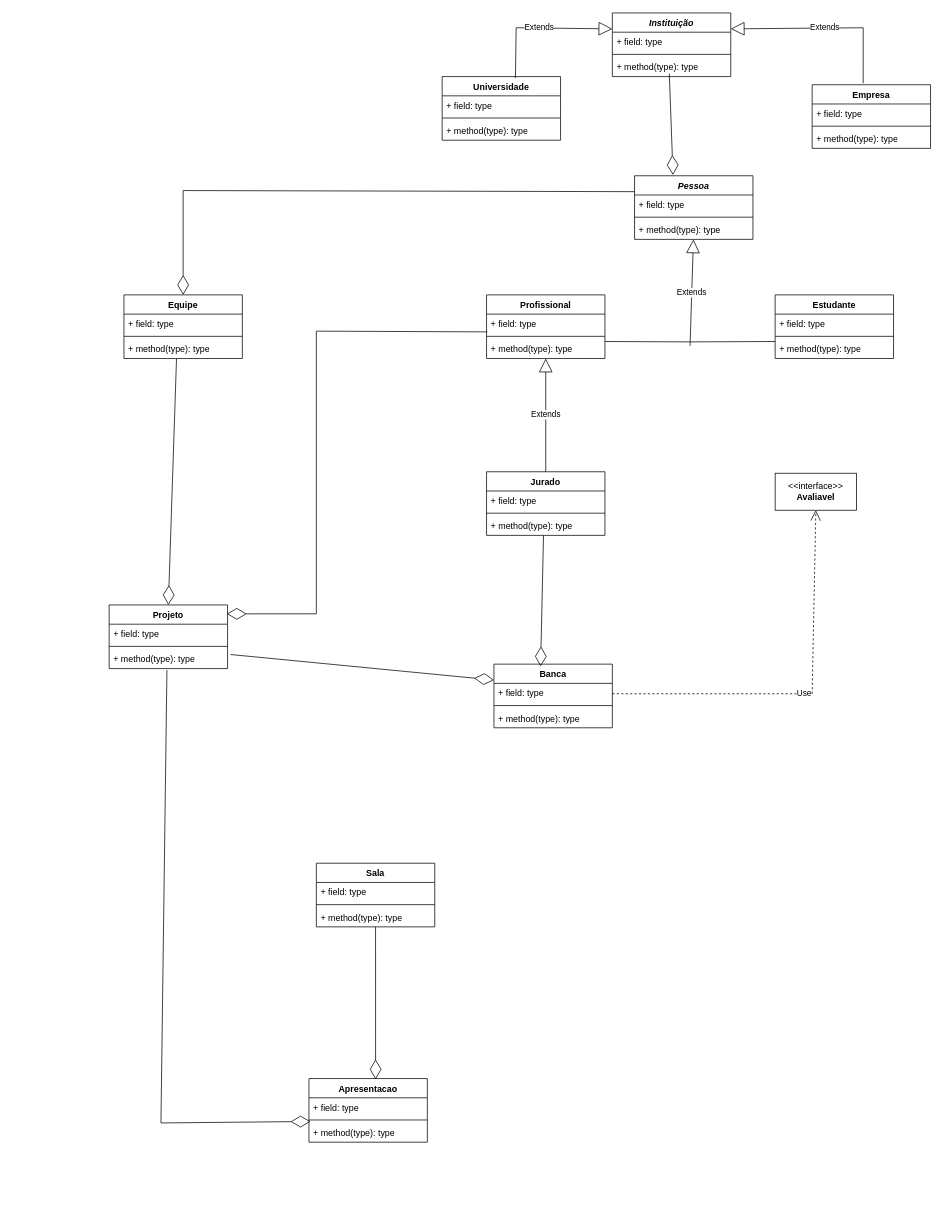
This is Diagrama UML/Hackathons Universitários.drawio from LuizFMoreira/Trabalho-Programa-o-Modular, a draw.io file, before an edit. Source tidied: cells renumbered, new cells numbered last; positions are measured from the earlier drawing's top-left corner, leaving out a move shared by most shapes. Both pictures are drawn from the tidied source at 74%, with x=0, y=0 at pixel (109, 13).
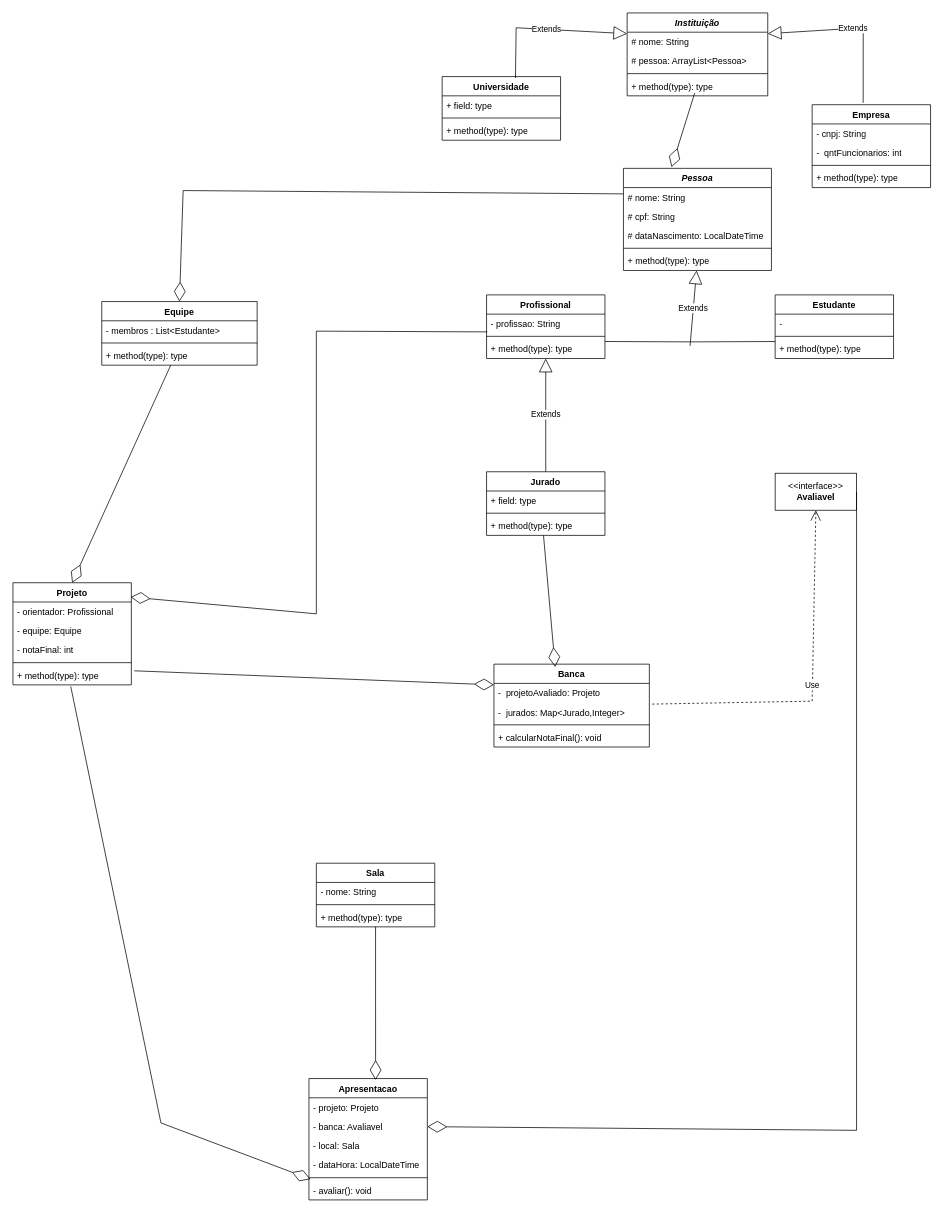
The same diagram, later.

Commit message:
versao 1 do diagrama

Unchanged cells that the change refers to:
```xml
<mxCell id="21" value="Profissional" style="swimlane;fontStyle=1;align=center;verticalAlign=top;horizontal=1;startSize=26;whiteSpace=wrap;html=1;" parent="1" vertex="1">
  <mxGeometry x="510" y="381" width="160" height="86" as="geometry" />
</mxCell>
<mxCell id="25" value="Estudante" style="swimlane;fontStyle=1;align=center;verticalAlign=top;horizontal=1;startSize=26;whiteSpace=wrap;html=1;" parent="1" vertex="1">
  <mxGeometry x="900" y="381" width="160" height="86" as="geometry" />
</mxCell>
<mxCell id="57" value="Sala" style="swimlane;fontStyle=1;align=center;verticalAlign=top;horizontal=1;startSize=26;whiteSpace=wrap;html=1;" parent="1" vertex="1">
  <mxGeometry x="280" y="1149" width="160" height="86" as="geometry" />
</mxCell>
<mxCell id="63" value="&amp;lt;&amp;lt;interface&amp;gt;&amp;gt;&lt;div&gt;&lt;b&gt;Avaliavel&lt;/b&gt;&lt;/div&gt;" style="html=1;whiteSpace=wrap;" parent="1" vertex="1">
  <mxGeometry x="900" y="622" width="110" height="50" as="geometry" />
</mxCell>
```

The edit, as a diff of the source:
```diff
@@
     <mxCell id="2" value="&lt;i&gt;Instituição&lt;/i&gt;" style="swimlane;fontStyle=1;align=center;verticalAlign=top;horizontal=1;startSize=26;whiteSpace=wrap;html=1;" parent="1" vertex="1">
-      <mxGeometry x="680" width="160" height="86" as="geometry" />
+      <mxGeometry x="700" width="190" height="112" as="geometry" />
     </mxCell>
-    <mxCell id="3" value="+ field: type" style="text;strokeColor=none;fillColor=none;align=left;verticalAlign=top;spacingLeft=4;spacingRight=4;overflow=hidden;whiteSpace=wrap;html=1;" parent="2" vertex="1">
-      <mxGeometry y="26" width="160" height="26" as="geometry" />
+    <mxCell id="3" value="# nome: String" style="text;strokeColor=none;fillColor=none;align=left;verticalAlign=top;spacingLeft=4;spacingRight=4;overflow=hidden;whiteSpace=wrap;html=1;" parent="2" vertex="1">
+      <mxGeometry y="26" width="190" height="26" as="geometry" />
     </mxCell>
+    <mxCell id="65" value="# pessoa: ArrayList&amp;lt;Pessoa&amp;gt;" style="text;strokeColor=none;fillColor=none;align=left;verticalAlign=top;spacingLeft=4;spacingRight=4;overflow=hidden;whiteSpace=wrap;html=1;" parent="2" vertex="1">
+      <mxGeometry y="52" width="190" height="26" as="geometry" />
+    </mxCell>
     <mxCell id="4" style="line;strokeWidth=1;fillColor=none;align=left;verticalAlign=middle;spacingTop=-1;spacingLeft=3;spacingRight=3;labelPosition=right;strokeColor=inherit;" parent="2" vertex="1">
-      <mxGeometry y="52" width="160" height="8" as="geometry" />
+      <mxGeometry y="78" width="190" height="8" as="geometry" />
     </mxCell>
     <mxCell id="5" value="+ method(type): type" style="text;strokeColor=none;fillColor=none;align=left;verticalAlign=top;spacingLeft=4;spacingRight=4;overflow=hidden;points=[[0,0.5],[1,0.5]];portConstraint=eastwest;whiteSpace=wrap;html=1;" parent="2" vertex="1">
-      <mxGeometry y="60" width="160" height="26" as="geometry" />
+      <mxGeometry y="86" width="190" height="26" as="geometry" />
     </mxCell>
@@
     <mxCell id="11" value="Empresa" style="swimlane;fontStyle=1;align=center;verticalAlign=top;horizontal=1;startSize=26;whiteSpace=wrap;html=1;" parent="1" vertex="1">
-      <mxGeometry x="950" y="97" width="160" height="86" as="geometry" />
+      <mxGeometry x="950" y="124" width="160" height="112" as="geometry" />
     </mxCell>
-    <mxCell id="12" value="+ field: type" style="text;strokeColor=none;fillColor=none;align=left;verticalAlign=top;spacingLeft=4;spacingRight=4;overflow=hidden;whiteSpace=wrap;html=1;" parent="11" vertex="1">
+    <mxCell id="12" value="- cnpj: String" style="text;strokeColor=none;fillColor=none;align=left;verticalAlign=top;spacingLeft=4;spacingRight=4;overflow=hidden;whiteSpace=wrap;html=1;" parent="11" vertex="1">
       <mxGeometry y="26" width="160" height="26" as="geometry" />
     </mxCell>
+    <mxCell id="66" value="-&amp;nbsp; qntFuncionarios: int" style="text;strokeColor=none;fillColor=none;align=left;verticalAlign=top;spacingLeft=4;spacingRight=4;overflow=hidden;whiteSpace=wrap;html=1;" parent="11" vertex="1">
+      <mxGeometry y="52" width="160" height="26" as="geometry" />
+    </mxCell>
     <mxCell id="13" style="line;strokeWidth=1;fillColor=none;align=left;verticalAlign=middle;spacingTop=-1;spacingLeft=3;spacingRight=3;labelPosition=right;strokeColor=inherit;" parent="11" vertex="1">
-      <mxGeometry y="52" width="160" height="8" as="geometry" />
+      <mxGeometry y="78" width="160" height="8" as="geometry" />
     </mxCell>
     <mxCell id="14" value="+ method(type): type" style="text;strokeColor=none;fillColor=none;align=left;verticalAlign=top;spacingLeft=4;spacingRight=4;overflow=hidden;whiteSpace=wrap;html=1;" parent="11" vertex="1">
-      <mxGeometry y="60" width="160" height="26" as="geometry" />
+      <mxGeometry y="86" width="160" height="26" as="geometry" />
     </mxCell>
@@
     <mxCell id="16" value="&lt;i&gt;Pessoa&lt;/i&gt;" style="swimlane;fontStyle=1;align=center;verticalAlign=top;horizontal=1;startSize=26;whiteSpace=wrap;html=1;" parent="1" vertex="1">
-      <mxGeometry x="710" y="220" width="160" height="86" as="geometry" />
+      <mxGeometry x="695" y="210" width="200" height="138" as="geometry" />
     </mxCell>
-    <mxCell id="17" value="+ field: type" style="text;strokeColor=none;fillColor=none;align=left;verticalAlign=top;spacingLeft=4;spacingRight=4;overflow=hidden;whiteSpace=wrap;html=1;" parent="16" vertex="1">
-      <mxGeometry y="26" width="160" height="26" as="geometry" />
+    <mxCell id="17" value="# nome: String" style="text;strokeColor=none;fillColor=none;align=left;verticalAlign=top;spacingLeft=4;spacingRight=4;overflow=hidden;whiteSpace=wrap;html=1;" parent="16" vertex="1">
+      <mxGeometry y="26" width="200" height="26" as="geometry" />
     </mxCell>
+    <mxCell id="67" value="# cpf: String" style="text;strokeColor=none;fillColor=none;align=left;verticalAlign=top;spacingLeft=4;spacingRight=4;overflow=hidden;whiteSpace=wrap;html=1;" parent="16" vertex="1">
+      <mxGeometry y="52" width="200" height="26" as="geometry" />
+    </mxCell>
+    <mxCell id="68" value="# dataNascimento: LocalDateTime" style="text;strokeColor=none;fillColor=none;align=left;verticalAlign=top;spacingLeft=4;spacingRight=4;overflow=hidden;whiteSpace=wrap;html=1;" parent="16" vertex="1">
+      <mxGeometry y="78" width="200" height="26" as="geometry" />
+    </mxCell>
     <mxCell id="18" style="line;strokeWidth=1;fillColor=none;align=left;verticalAlign=middle;spacingTop=-1;spacingLeft=3;spacingRight=3;labelPosition=right;strokeColor=inherit;" parent="16" vertex="1">
-      <mxGeometry y="52" width="160" height="8" as="geometry" />
+      <mxGeometry y="104" width="200" height="8" as="geometry" />
     </mxCell>
     <mxCell id="19" value="+ method(type): type" style="text;strokeColor=none;fillColor=none;align=left;verticalAlign=top;spacingLeft=4;spacingRight=4;overflow=hidden;points=[[0,0.5],[1,0.5]];portConstraint=eastwest;whiteSpace=wrap;html=1;" parent="16" vertex="1">
-      <mxGeometry y="60" width="160" height="26" as="geometry" />
+      <mxGeometry y="112" width="200" height="26" as="geometry" />
     </mxCell>
@@
-    <mxCell id="22" value="+ field: type" style="text;strokeColor=none;fillColor=none;align=left;verticalAlign=top;spacingLeft=4;spacingRight=4;overflow=hidden;whiteSpace=wrap;html=1;" parent="21" vertex="1">
+    <mxCell id="22" value="- profissao: String" style="text;strokeColor=none;fillColor=none;align=left;verticalAlign=top;spacingLeft=4;spacingRight=4;overflow=hidden;whiteSpace=wrap;html=1;" parent="21" vertex="1">
       <mxGeometry y="26" width="160" height="26" as="geometry" />
     </mxCell>
@@
-    <mxCell id="26" value="+ field: type" style="text;strokeColor=none;fillColor=none;align=left;verticalAlign=top;spacingLeft=4;spacingRight=4;overflow=hidden;whiteSpace=wrap;html=1;" parent="25" vertex="1">
+    <mxCell id="26" value="-&amp;nbsp;" style="text;strokeColor=none;fillColor=none;align=left;verticalAlign=top;spacingLeft=4;spacingRight=4;overflow=hidden;whiteSpace=wrap;html=1;" parent="25" vertex="1">
       <mxGeometry y="26" width="160" height="26" as="geometry" />
     </mxCell>
@@
     <mxCell id="36" value="Equipe" style="swimlane;fontStyle=1;align=center;verticalAlign=top;horizontal=1;startSize=26;whiteSpace=wrap;html=1;" parent="1" vertex="1">
-      <mxGeometry x="20" y="381" width="160" height="86" as="geometry" />
+      <mxGeometry x="-10" y="390" width="210" height="86" as="geometry" />
     </mxCell>
-    <mxCell id="37" value="+ field: type" style="text;strokeColor=none;fillColor=none;align=left;verticalAlign=top;spacingLeft=4;spacingRight=4;overflow=hidden;whiteSpace=wrap;html=1;" parent="36" vertex="1">
-      <mxGeometry y="26" width="160" height="26" as="geometry" />
+    <mxCell id="37" value="- membros : List&amp;lt;Estudante&amp;gt;" style="text;strokeColor=none;fillColor=none;align=left;verticalAlign=top;spacingLeft=4;spacingRight=4;overflow=hidden;whiteSpace=wrap;html=1;" parent="36" vertex="1">
+      <mxGeometry y="26" width="210" height="26" as="geometry" />
     </mxCell>
     <mxCell id="38" style="line;strokeWidth=1;fillColor=none;align=left;verticalAlign=middle;spacingTop=-1;spacingLeft=3;spacingRight=3;labelPosition=right;strokeColor=inherit;" parent="36" vertex="1">
-      <mxGeometry y="52" width="160" height="8" as="geometry" />
+      <mxGeometry y="52" width="210" height="8" as="geometry" />
     </mxCell>
     <mxCell id="39" value="+ method(type): type" style="text;strokeColor=none;fillColor=none;align=left;verticalAlign=top;spacingLeft=4;spacingRight=4;overflow=hidden;points=[[0,0.5],[1,0.5]];portConstraint=eastwest;whiteSpace=wrap;html=1;" parent="36" vertex="1">
-      <mxGeometry y="60" width="160" height="26" as="geometry" />
+      <mxGeometry y="60" width="210" height="26" as="geometry" />
     </mxCell>
@@
     <mxCell id="41" value="Projeto" style="swimlane;fontStyle=1;align=center;verticalAlign=top;horizontal=1;startSize=26;whiteSpace=wrap;html=1;" parent="1" vertex="1">
-      <mxGeometry y="800" width="160" height="86" as="geometry" />
+      <mxGeometry x="-130" y="770" width="160" height="138" as="geometry" />
     </mxCell>
-    <mxCell id="42" value="+ field: type" style="text;strokeColor=none;fillColor=none;align=left;verticalAlign=top;spacingLeft=4;spacingRight=4;overflow=hidden;whiteSpace=wrap;html=1;" parent="41" vertex="1">
+    <mxCell id="42" value="- orientador: Profissional" style="text;strokeColor=none;fillColor=none;align=left;verticalAlign=top;spacingLeft=4;spacingRight=4;overflow=hidden;whiteSpace=wrap;html=1;" parent="41" vertex="1">
       <mxGeometry y="26" width="160" height="26" as="geometry" />
     </mxCell>
+    <mxCell id="69" value="- equipe: Equipe" style="text;strokeColor=none;fillColor=none;align=left;verticalAlign=top;spacingLeft=4;spacingRight=4;overflow=hidden;whiteSpace=wrap;html=1;" parent="41" vertex="1">
+      <mxGeometry y="52" width="160" height="26" as="geometry" />
+    </mxCell>
+    <mxCell id="70" value="- notaFinal: int" style="text;strokeColor=none;fillColor=none;align=left;verticalAlign=top;spacingLeft=4;spacingRight=4;overflow=hidden;whiteSpace=wrap;html=1;" parent="41" vertex="1">
+      <mxGeometry y="78" width="160" height="26" as="geometry" />
+    </mxCell>
     <mxCell id="43" style="line;strokeWidth=1;fillColor=none;align=left;verticalAlign=middle;spacingTop=-1;spacingLeft=3;spacingRight=3;labelPosition=right;strokeColor=inherit;" parent="41" vertex="1">
-      <mxGeometry y="52" width="160" height="8" as="geometry" />
+      <mxGeometry y="104" width="160" height="8" as="geometry" />
     </mxCell>
     <mxCell id="44" value="+ method(type): type" style="text;strokeColor=none;fillColor=none;align=left;verticalAlign=top;spacingLeft=4;spacingRight=4;overflow=hidden;points=[[0,0.5],[1,0.5]];portConstraint=eastwest;whiteSpace=wrap;html=1;" parent="41" vertex="1">
-      <mxGeometry y="60" width="160" height="26" as="geometry" />
+      <mxGeometry y="112" width="160" height="26" as="geometry" />
     </mxCell>
@@
     <mxCell id="47" value="Banca" style="swimlane;fontStyle=1;align=center;verticalAlign=top;horizontal=1;startSize=26;whiteSpace=wrap;html=1;" parent="1" vertex="1">
-      <mxGeometry x="520" y="880" width="160" height="86" as="geometry" />
+      <mxGeometry x="520" y="880" width="210" height="112" as="geometry" />
     </mxCell>
-    <mxCell id="48" value="+ field: type" style="text;strokeColor=none;fillColor=none;align=left;verticalAlign=top;spacingLeft=4;spacingRight=4;overflow=hidden;whiteSpace=wrap;html=1;" parent="47" vertex="1">
-      <mxGeometry y="26" width="160" height="26" as="geometry" />
+    <mxCell id="48" value="-&amp;nbsp; projetoAvaliado: Projeto" style="text;strokeColor=none;fillColor=none;align=left;verticalAlign=top;spacingLeft=4;spacingRight=4;overflow=hidden;whiteSpace=wrap;html=1;" parent="47" vertex="1">
+      <mxGeometry y="26" width="210" height="26" as="geometry" />
     </mxCell>
+    <mxCell id="71" value="-&amp;nbsp; jurados: Map&amp;lt;Jurado,Integer&amp;gt;" style="text;strokeColor=none;fillColor=none;align=left;verticalAlign=top;spacingLeft=4;spacingRight=4;overflow=hidden;points=[[0,0.5],[1,0.5]];portConstraint=eastwest;whiteSpace=wrap;html=1;" parent="47" vertex="1">
+      <mxGeometry y="52" width="210" height="26" as="geometry" />
+    </mxCell>
     <mxCell id="49" style="line;strokeWidth=1;fillColor=none;align=left;verticalAlign=middle;spacingTop=-1;spacingLeft=3;spacingRight=3;labelPosition=right;strokeColor=inherit;" parent="47" vertex="1">
-      <mxGeometry y="52" width="160" height="8" as="geometry" />
+      <mxGeometry y="78" width="210" height="8" as="geometry" />
     </mxCell>
-    <mxCell id="50" value="+ method(type): type" style="text;strokeColor=none;fillColor=none;align=left;verticalAlign=top;spacingLeft=4;spacingRight=4;overflow=hidden;whiteSpace=wrap;html=1;" parent="47" vertex="1">
-      <mxGeometry y="60" width="160" height="26" as="geometry" />
+    <mxCell id="50" value="+ calcularNotaFinal(): void" style="text;strokeColor=none;fillColor=none;align=left;verticalAlign=top;spacingLeft=4;spacingRight=4;overflow=hidden;whiteSpace=wrap;html=1;" parent="47" vertex="1">
+      <mxGeometry y="86" width="210" height="26" as="geometry" />
     </mxCell>
@@
     <mxCell id="53" value="Apresentacao" style="swimlane;fontStyle=1;align=center;verticalAlign=top;horizontal=1;startSize=26;whiteSpace=wrap;html=1;" parent="1" vertex="1">
-      <mxGeometry x="270" y="1440" width="160" height="86" as="geometry" />
+      <mxGeometry x="270" y="1440" width="160" height="164" as="geometry" />
     </mxCell>
-    <mxCell id="54" value="+ field: type" style="text;strokeColor=none;fillColor=none;align=left;verticalAlign=top;spacingLeft=4;spacingRight=4;overflow=hidden;whiteSpace=wrap;html=1;" parent="53" vertex="1">
+    <mxCell id="54" value="- projeto: Projeto" style="text;strokeColor=none;fillColor=none;align=left;verticalAlign=top;spacingLeft=4;spacingRight=4;overflow=hidden;whiteSpace=wrap;html=1;" parent="53" vertex="1">
       <mxGeometry y="26" width="160" height="26" as="geometry" />
     </mxCell>
+    <mxCell id="72" value="- banca: Avaliavel" style="text;strokeColor=none;fillColor=none;align=left;verticalAlign=top;spacingLeft=4;spacingRight=4;overflow=hidden;points=[[0,0.5],[1,0.5]];portConstraint=eastwest;whiteSpace=wrap;html=1;" parent="53" vertex="1">
+      <mxGeometry y="52" width="160" height="26" as="geometry" />
+    </mxCell>
+    <mxCell id="73" value="- local: Sala" style="text;strokeColor=none;fillColor=none;align=left;verticalAlign=top;spacingLeft=4;spacingRight=4;overflow=hidden;whiteSpace=wrap;html=1;" parent="53" vertex="1">
+      <mxGeometry y="78" width="160" height="26" as="geometry" />
+    </mxCell>
+    <mxCell id="74" value="- dataHora: LocalDateTime" style="text;strokeColor=none;fillColor=none;align=left;verticalAlign=top;spacingLeft=4;spacingRight=4;overflow=hidden;whiteSpace=wrap;html=1;" parent="53" vertex="1">
+      <mxGeometry y="104" width="160" height="26" as="geometry" />
+    </mxCell>
     <mxCell id="55" style="line;strokeWidth=1;fillColor=none;align=left;verticalAlign=middle;spacingTop=-1;spacingLeft=3;spacingRight=3;labelPosition=right;strokeColor=inherit;" parent="53" vertex="1">
-      <mxGeometry y="52" width="160" height="8" as="geometry" />
+      <mxGeometry y="130" width="160" height="8" as="geometry" />
     </mxCell>
-    <mxCell id="56" value="+ method(type): type" style="text;strokeColor=none;fillColor=none;align=left;verticalAlign=top;spacingLeft=4;spacingRight=4;overflow=hidden;points=[[0,0.5],[1,0.5]];portConstraint=eastwest;whiteSpace=wrap;html=1;" parent="53" vertex="1">
-      <mxGeometry y="60" width="160" height="26" as="geometry" />
+    <mxCell id="56" value="- avaliar(): void" style="text;strokeColor=none;fillColor=none;align=left;verticalAlign=top;spacingLeft=4;spacingRight=4;overflow=hidden;points=[[0,0.5],[1,0.5]];portConstraint=eastwest;whiteSpace=wrap;html=1;" parent="53" vertex="1">
+      <mxGeometry y="138" width="160" height="26" as="geometry" />
     </mxCell>
@@
-    <mxCell id="58" value="+ field: type" style="text;strokeColor=none;fillColor=none;align=left;verticalAlign=top;spacingLeft=4;spacingRight=4;overflow=hidden;whiteSpace=wrap;html=1;" parent="57" vertex="1">
+    <mxCell id="58" value="- nome: String" style="text;strokeColor=none;fillColor=none;align=left;verticalAlign=top;spacingLeft=4;spacingRight=4;overflow=hidden;whiteSpace=wrap;html=1;" parent="57" vertex="1">
       <mxGeometry y="26" width="160" height="26" as="geometry" />
     </mxCell>
@@
-    <mxCell id="64" value="Use" style="endArrow=open;endSize=12;dashed=1;html=1;rounded=0;entryX=0.5;entryY=1;entryDx=0;entryDy=0;" parent="1" edge="1" target="63">
+    <mxCell id="64" value="Use" style="endArrow=open;endSize=12;dashed=1;html=1;rounded=0;entryX=0.5;entryY=1;entryDx=0;entryDy=0;exitX=1.019;exitY=0.077;exitDx=0;exitDy=0;exitPerimeter=0;" parent="1" edge="1" source="71" target="63">
       <mxGeometry relative="1" as="geometry">
-        <mxPoint x="680" y="920" as="sourcePoint" />
         <Array as="points">
-          <mxPoint x="950" y="920" />
+          <mxPoint x="950" y="930" />
         </Array>
       </mxGeometry>
     </mxCell>
+    <mxCell id="75" style="endArrow=diamondThin;endFill=0;endSize=24;html=1;rounded=0;exitX=1;exitY=0.5;exitDx=0;exitDy=0;entryX=1;entryY=0.5;entryDx=0;entryDy=0;" parent="1" edge="1" source="63" target="72">
+      <mxGeometry relative="1" as="geometry">
+        <Array as="points">
+          <mxPoint x="1010" y="1510" />
+        </Array>
+      </mxGeometry>
+    </mxCell>
```
